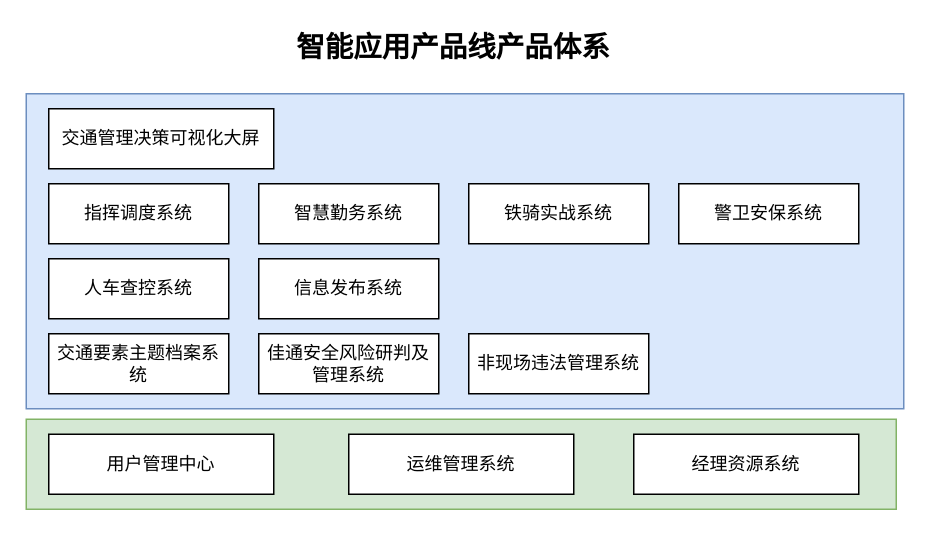
Earlier version of the draw.io diagram page "产品清单" (1 of 3) of 未命名绘图.drawio (bj-ehualu/drawio). Source tidied: cells renumbered, new cells numbered last; positions are measured from the earlier drawing's top-left corner, leaving out a move shared by most shapes. Both pictures are drawn from the tidied source at 150%, with x=0, y=0 at pixel (26, 26).
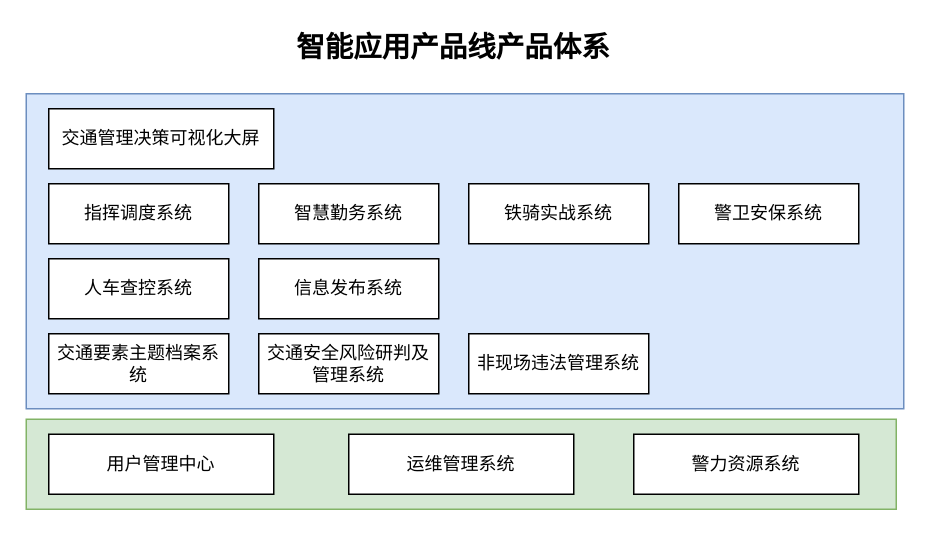
The same diagram, later.

Diff of the diagram source:
```diff
@@
 <mxGraphModel>
   <root>
     <mxCell id="0" />
     <mxCell id="1" parent="0" />
     <mxCell id="2" style="rounded=0;whiteSpace=wrap;html=1;fillColor=#dae8fc;strokeColor=#6c8ebf;" parent="1" vertex="1">
       <mxGeometry y="45" width="585" height="210" as="geometry" />
     </mxCell>
     <mxCell id="3" style="rounded=0;whiteSpace=wrap;html=1;fillColor=#d5e8d4;strokeColor=#82b366;" parent="1" vertex="1">
       <mxGeometry y="262" width="580" height="60" as="geometry" />
     </mxCell>
     <mxCell id="4" value="交通管理决策可视化大屏" style="rounded=0;whiteSpace=wrap;html=1;" parent="1" vertex="1">
       <mxGeometry x="15" y="55" width="150" height="40" as="geometry" />
     </mxCell>
     <mxCell id="5" value="指挥调度系统" style="rounded=0;whiteSpace=wrap;html=1;" parent="1" vertex="1">
       <mxGeometry x="15" y="105" width="120" height="40" as="geometry" />
     </mxCell>
     <mxCell id="6" value="智慧勤务系统" style="rounded=0;whiteSpace=wrap;html=1;" parent="1" vertex="1">
       <mxGeometry x="155" y="105" width="120" height="40" as="geometry" />
     </mxCell>
     <mxCell id="7" value="铁骑实战系统" style="rounded=0;whiteSpace=wrap;html=1;" parent="1" vertex="1">
       <mxGeometry x="295" y="105" width="120" height="40" as="geometry" />
     </mxCell>
     <mxCell id="8" value="警卫安保系统" style="rounded=0;whiteSpace=wrap;html=1;" parent="1" vertex="1">
       <mxGeometry x="435" y="105" width="120" height="40" as="geometry" />
     </mxCell>
     <mxCell id="9" value="人车查控系统" style="rounded=0;whiteSpace=wrap;html=1;" parent="1" vertex="1">
       <mxGeometry x="15" y="155" width="120" height="40" as="geometry" />
     </mxCell>
     <mxCell id="10" value="信息发布系统" style="rounded=0;whiteSpace=wrap;html=1;" parent="1" vertex="1">
       <mxGeometry x="155" y="155" width="120" height="40" as="geometry" />
     </mxCell>
     <mxCell id="11" value="交通要素主题档案系统" style="rounded=0;whiteSpace=wrap;html=1;" parent="1" vertex="1">
       <mxGeometry x="15" y="205" width="120" height="40" as="geometry" />
     </mxCell>
-    <mxCell id="12" value="佳通安全风险研判及管理系统" style="rounded=0;whiteSpace=wrap;html=1;" parent="1" vertex="1">
+    <mxCell id="12" value="交通安全风险研判及管理系统" style="rounded=0;whiteSpace=wrap;html=1;" parent="1" vertex="1">
       <mxGeometry x="155" y="205" width="120" height="40" as="geometry" />
     </mxCell>
     <mxCell id="13" value="非现场违法管理系统" style="rounded=0;whiteSpace=wrap;html=1;" parent="1" vertex="1">
       <mxGeometry x="295" y="205" width="120" height="40" as="geometry" />
     </mxCell>
     <mxCell id="14" value="用户管理中心" style="rounded=0;whiteSpace=wrap;html=1;" parent="1" vertex="1">
       <mxGeometry x="15" y="272" width="150" height="40" as="geometry" />
     </mxCell>
     <mxCell id="15" value="运维管理系统" style="rounded=0;whiteSpace=wrap;html=1;" parent="1" vertex="1">
       <mxGeometry x="215" y="272" width="150" height="40" as="geometry" />
     </mxCell>
-    <mxCell id="16" value="经理资源系统" style="rounded=0;whiteSpace=wrap;html=1;" parent="1" vertex="1">
+    <mxCell id="16" value="警力资源系统" style="rounded=0;whiteSpace=wrap;html=1;" parent="1" vertex="1">
       <mxGeometry x="405" y="272" width="150" height="40" as="geometry" />
     </mxCell>
     <mxCell id="17" value="智能应用产品线产品体系" style="text;html=1;align=center;verticalAlign=middle;whiteSpace=wrap;rounded=0;fontStyle=1;fontSize=19;" parent="1" vertex="1">
       <mxGeometry x="15" width="540" height="30" as="geometry" />
     </mxCell>
   </root>
 </mxGraphModel>
```
